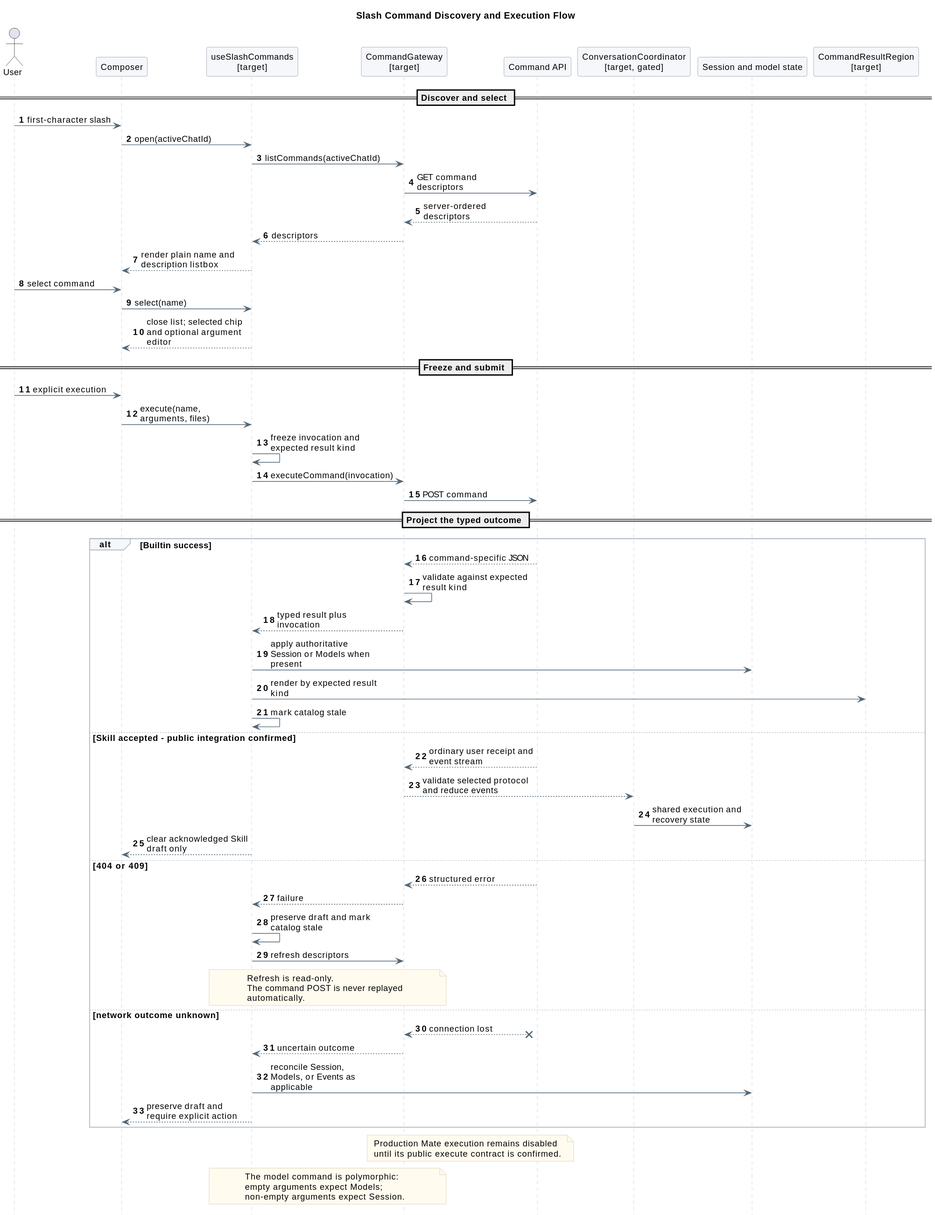
Earlier version of the PlantUML export 04-命令与技能/00-Slash-Command通用模块/前端设计/slash_command_execution_flow.svg (ssm0808/pi-mono-java-design).
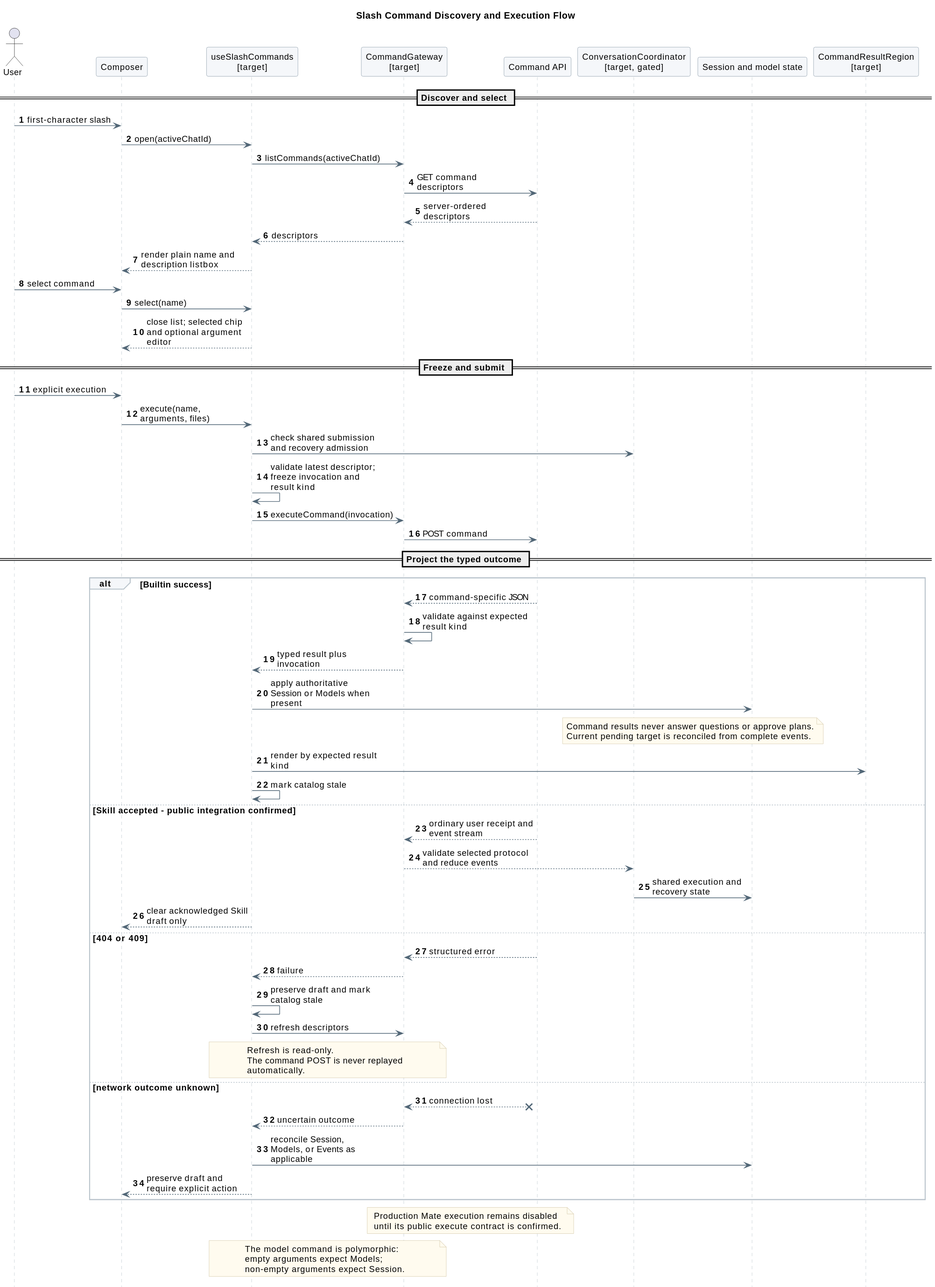
After the change.

Diff of the diagram source:
```diff
@@ -43,7 +43,8 @@
 == Freeze and submit ==
 User -> Composer : explicit execution
 Composer -> Slash : execute(name, arguments, files)
-Slash -> Slash : freeze invocation and expected result kind
+Slash -> Conversation : check shared submission and recovery admission
+Slash -> Slash : validate latest descriptor; freeze invocation and result kind
 Slash -> Gateway : executeCommand(invocation)
 Gateway -> Api : POST command
 
@@ -53,6 +54,10 @@
   Gateway -> Gateway : validate against expected result kind
   Gateway --> Slash : typed result plus invocation
   Slash -> State : apply authoritative Session or Models when present
+  note over Conversation,State
+  Command results never answer questions or approve plans.
+  Current pending target is reconciled from complete events.
+  end note
   Slash -> Result : render by expected result kind
   Slash -> Slash : mark catalog stale
 else Skill accepted - public integration confirmed
```
